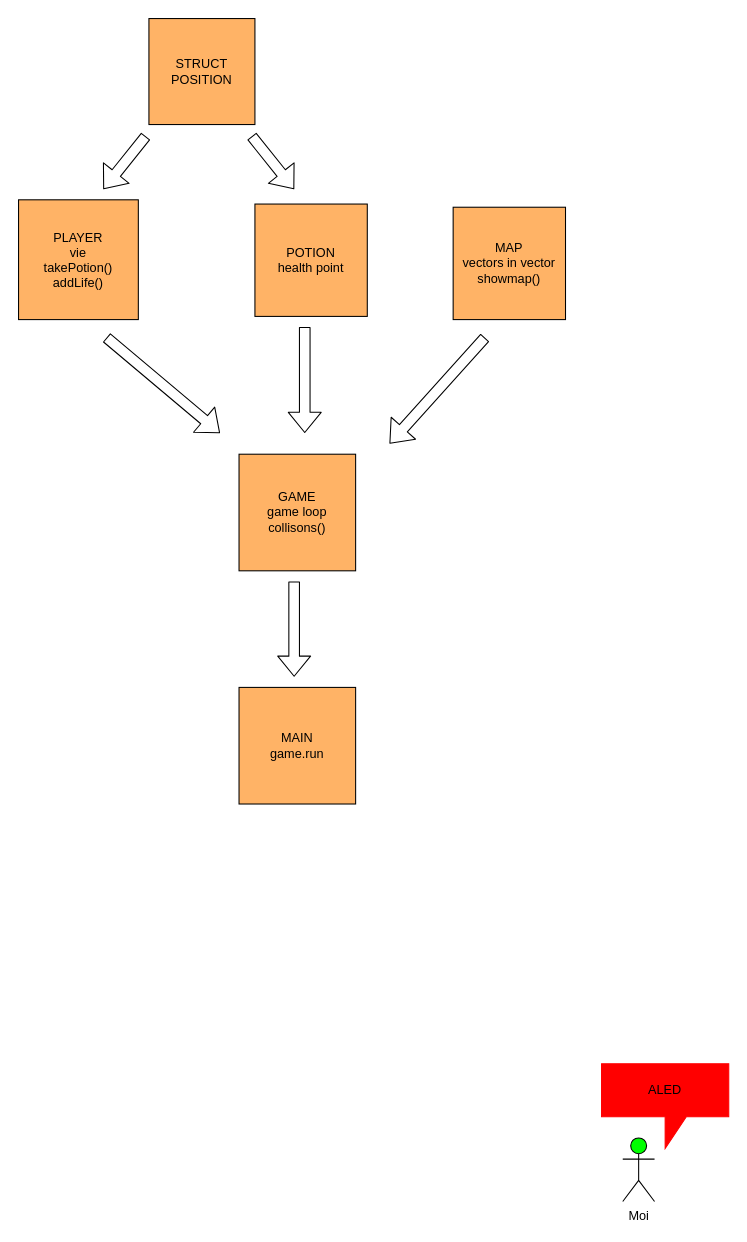
This is Rogue-like.drawio from Worgaros/Rogue-Like_draw.io, a draw.io file, before an edit. Source tidied: cells renumbered, new cells numbered last; positions are measured from the earlier drawing's top-left corner, leaving out a move shared by most shapes. Both pictures are drawn from the tidied source at 106%, with x=0, y=0 at pixel (18, 18).
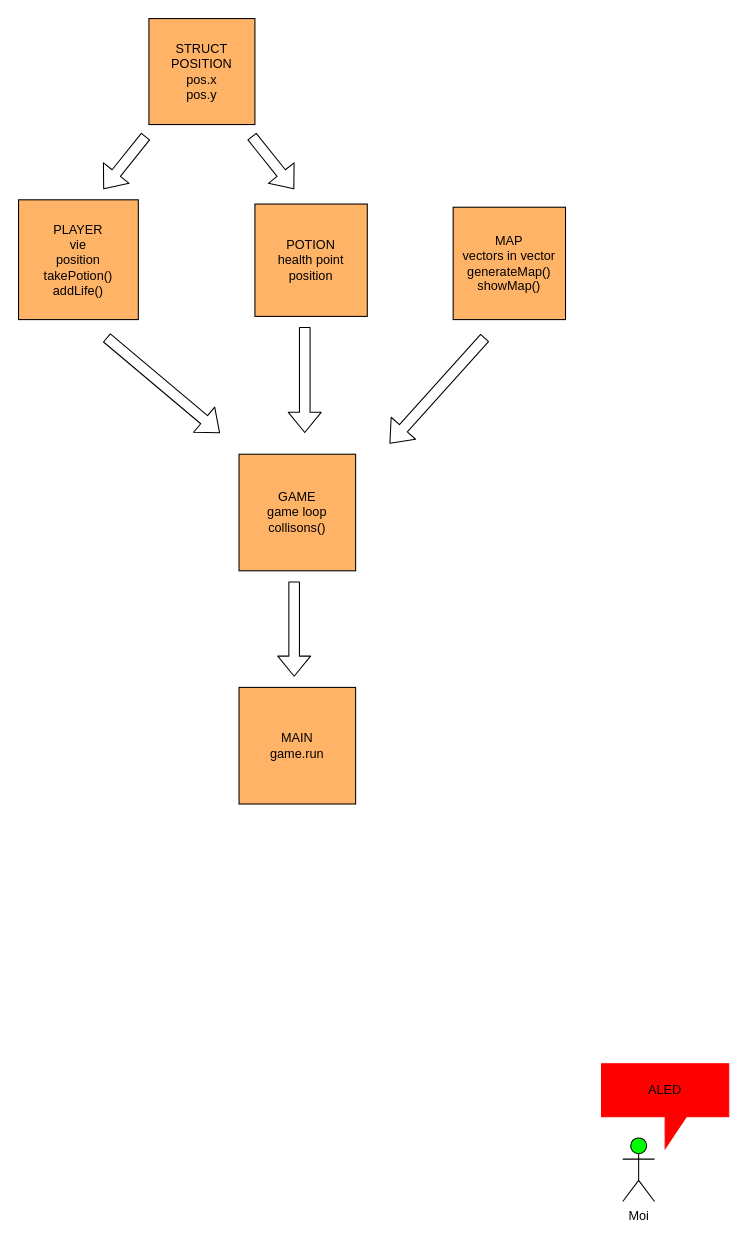
Above is the later version.

Commit message:
added generate map

The edit, as a diff of the source:
```diff
@@
-    <mxCell id="5" value="PLAYER&lt;br&gt;vie&lt;br&gt;takePotion()&lt;br&gt;addLife()" style="whiteSpace=wrap;html=1;strokeColor=#000000;fillColor=#FFB366;" parent="1" vertex="1">
+    <mxCell id="5" value="PLAYER&lt;br&gt;vie&lt;br&gt;position&lt;br&gt;takePotion()&lt;br&gt;addLife()" style="whiteSpace=wrap;html=1;strokeColor=#000000;fillColor=#FFB366;" parent="1" vertex="1">
       <mxGeometry y="171" width="113" height="113" as="geometry" />
     </mxCell>
-    <mxCell id="6" value="POTION&lt;br&gt;health point" style="whiteSpace=wrap;html=1;strokeColor=#000000;fillColor=#FFB366;" parent="1" vertex="1">
+    <mxCell id="6" value="POTION&lt;br&gt;health point&lt;br&gt;position" style="whiteSpace=wrap;html=1;strokeColor=#000000;fillColor=#FFB366;" parent="1" vertex="1">
       <mxGeometry x="223" y="175" width="106" height="106" as="geometry" />
     </mxCell>
-    <mxCell id="7" value="MAP&lt;br&gt;vectors in vector&lt;br&gt;showmap()" style="whiteSpace=wrap;html=1;strokeColor=#000000;fillColor=#FFB366;" parent="1" vertex="1">
+    <mxCell id="7" value="MAP&lt;br&gt;vectors in vector&lt;br&gt;generateMap()&lt;br&gt;showMap()" style="whiteSpace=wrap;html=1;strokeColor=#000000;fillColor=#FFB366;" parent="1" vertex="1">
       <mxGeometry x="410" y="178" width="106" height="106" as="geometry" />
     </mxCell>
-    <mxCell id="8" value="STRUCT POSITION" style="whiteSpace=wrap;html=1;strokeColor=#000000;fillColor=#FFB366;" parent="1" vertex="1">
+    <mxCell id="8" value="STRUCT POSITION&lt;br&gt;pos.x&lt;br&gt;pos.y" style="whiteSpace=wrap;html=1;strokeColor=#000000;fillColor=#FFB366;" parent="1" vertex="1">
       <mxGeometry x="123" width="100" height="100" as="geometry" />
     </mxCell>
```
